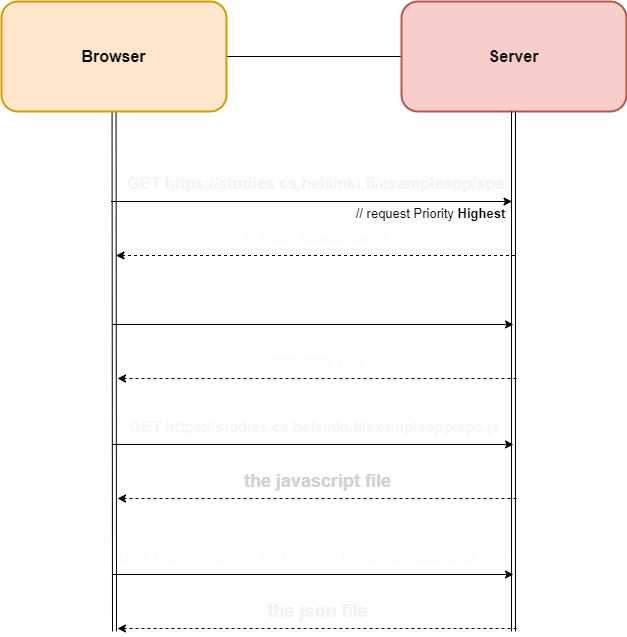
Earlier version of the draw.io export Part0/0.5.drawio.png (AHenrikes/Full-Stack). Source tidied: cells renumbered, new cells last; positions are measured from the earlier drawing's top-left corner, leaving out a move shared by most shapes.
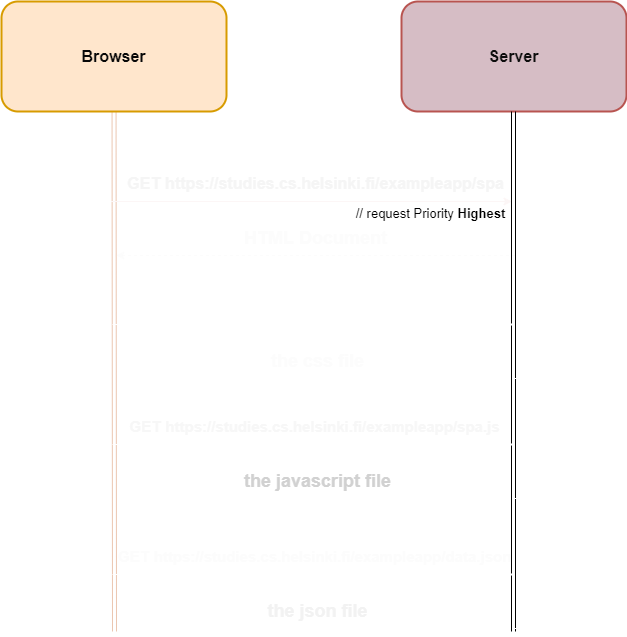
Later version of the same file.

What changed in the source:
```diff
@@ -2,12 +2,12 @@
   <root>
     <mxCell id="0" />
     <mxCell id="1" parent="0" />
-    <mxCell id="2" style="edgeStyle=none;html=1;fontSize=16;fontColor=#FFFFFF;" parent="1" edge="1" source="4">
+    <mxCell id="2" style="edgeStyle=none;html=1;fontSize=16;fontColor=#FFFFFF;strokeColor=#FFFFFF;" parent="1" edge="1" source="4">
       <mxGeometry relative="1" as="geometry">
         <mxPoint x="411" y="55" as="targetPoint" />
       </mxGeometry>
     </mxCell>
-    <mxCell id="3" style="edgeStyle=none;html=1;fontSize=16;fontColor=#FFFFFF;shape=link;" parent="1" edge="1" source="4">
+    <mxCell id="3" style="edgeStyle=none;html=1;fontSize=16;fontColor=#FFFFFF;shape=link;strokeColor=#ebc6b0;" parent="1" edge="1" source="4">
       <mxGeometry relative="1" as="geometry">
         <mxPoint x="113" y="630" as="targetPoint" />
       </mxGeometry>
@@ -15,7 +15,7 @@
     <mxCell id="4" value="&lt;font color=&quot;#080808&quot;&gt;Browser&lt;/font&gt;" style="rounded=1;whiteSpace=wrap;html=1;fontSize=16;strokeColor=#d79b00;fillColor=#ffe6cc;fontStyle=1;strokeWidth=2;labelBackgroundColor=none;" parent="1" vertex="1">
       <mxGeometry width="225" height="110" as="geometry" />
     </mxCell>
-    <mxCell id="5" value="&lt;font color=&quot;#0d0d0d&quot;&gt;Server&lt;/font&gt;" style="rounded=1;whiteSpace=wrap;html=1;fontSize=16;strokeColor=#b85450;fillColor=#f8cecc;fontStyle=1;strokeWidth=2;" parent="1" vertex="1">
+    <mxCell id="5" value="&lt;font color=&quot;#0d0d0d&quot;&gt;Server&lt;/font&gt;" style="rounded=1;whiteSpace=wrap;html=1;fontSize=16;strokeColor=#b85450;fillColor=#d6bdc5;fontStyle=1;strokeWidth=2;" parent="1" vertex="1">
       <mxGeometry x="400" width="225" height="110" as="geometry" />
     </mxCell>
     <mxCell id="6" style="edgeStyle=none;html=1;fontSize=16;fontColor=#FFFFFF;shape=link;" parent="1" edge="1">
@@ -24,7 +24,7 @@
         <mxPoint x="512" y="630" as="targetPoint" />
       </mxGeometry>
     </mxCell>
-    <mxCell id="7" style="edgeStyle=none;html=1;fontSize=16;fontColor=#FFFFFF;" parent="1" edge="1">
+    <mxCell id="7" style="edgeStyle=none;html=1;fontSize=16;fontColor=#FFFFFF;strokeColor=#FCF6F6;" parent="1" edge="1">
       <mxGeometry relative="1" as="geometry">
         <mxPoint x="109.5" y="200" as="sourcePoint" />
         <mxPoint x="510.5" y="200" as="targetPoint" />
@@ -33,7 +33,7 @@
     <mxCell id="8" value="&lt;table cellpadding=&quot;0&quot; cellspacing=&quot;0&quot; aria-activedescendant=&quot;/GET&quot; aria-label=&quot;&quot; tabindex=&quot;0&quot; role=&quot;tree&quot; class=&quot;treeTable&quot; style=&quot;font-size: 16px;&quot;&gt;&lt;tbody tabindex=&quot;-1&quot; role=&quot;presentation&quot; style=&quot;font-size: 16px;&quot;&gt;&lt;tr class=&quot;treeRow objectRow hasChildren&quot; aria-expanded=&quot;false&quot; aria-selected=&quot;false&quot; aria-level=&quot;1&quot; role=&quot;treeitem&quot; id=&quot;/GET&quot; style=&quot;font-size: 16px;&quot;&gt;&lt;td role=&quot;presentation&quot; style=&quot;--tree-label-cell-indent: 0px; font-size: 16px;&quot; class=&quot;treeLabelCell&quot;&gt;GET&amp;nbsp;&lt;/td&gt;&lt;td role=&quot;presentation&quot; class=&quot;treeValueCell objectCell&quot; style=&quot;font-size: 16px;&quot;&gt;https://studies.cs.helsinki.fi/exampleapp/spa&lt;/td&gt;&lt;/tr&gt;&lt;/tbody&gt;&lt;/table&gt;" style="text;html=1;align=center;verticalAlign=middle;strokeColor=none;fillColor=none;fontSize=16;fontColor=#F5F5F5;fontStyle=1;" parent="1" vertex="1">
       <mxGeometry x="114" y="167" width="400" height="30" as="geometry" />
     </mxCell>
-    <mxCell id="9" style="edgeStyle=none;html=1;fontSize=16;fontColor=#FFFFFF;dashed=1;" parent="1" edge="1">
+    <mxCell id="9" style="edgeStyle=none;html=1;fontSize=16;fontColor=#FFFFFF;dashed=1;strokeColor=#FCFCFC;" parent="1" edge="1">
       <mxGeometry relative="1" as="geometry">
         <mxPoint x="513.5" y="254" as="sourcePoint" />
         <mxPoint x="114.5" y="254" as="targetPoint" />
@@ -42,7 +42,7 @@
     <mxCell id="10" value="HTML Document" style="text;html=1;align=center;verticalAlign=middle;strokeColor=none;fillColor=none;fontSize=18;fontColor=#FCFCFC;fontStyle=1;" parent="1" vertex="1">
       <mxGeometry x="233" y="220" width="161" height="34" as="geometry" />
     </mxCell>
-    <mxCell id="11" style="edgeStyle=none;html=1;fontSize=16;fontColor=#FFFFFF;" parent="1" edge="1">
+    <mxCell id="11" style="edgeStyle=none;html=1;fontSize=16;fontColor=#FFFFFF;strokeColor=#FFFFFF;" parent="1" edge="1">
       <mxGeometry relative="1" as="geometry">
         <mxPoint x="111" y="323" as="sourcePoint" />
         <mxPoint x="512" y="323" as="targetPoint" />
@@ -51,7 +51,7 @@
     <mxCell id="12" value="&lt;table cellpadding=&quot;0&quot; cellspacing=&quot;0&quot; aria-activedescendant=&quot;/GET&quot; aria-label=&quot;&quot; tabindex=&quot;0&quot; role=&quot;tree&quot; class=&quot;treeTable&quot; style=&quot;font-size: 15px;&quot;&gt;&lt;tbody tabindex=&quot;-1&quot; role=&quot;presentation&quot; style=&quot;font-size: 15px;&quot;&gt;&lt;tr class=&quot;treeRow objectRow hasChildren&quot; aria-expanded=&quot;false&quot; aria-selected=&quot;false&quot; aria-level=&quot;1&quot; role=&quot;treeitem&quot; id=&quot;/GET&quot; style=&quot;font-size: 15px;&quot;&gt;&lt;td role=&quot;presentation&quot; style=&quot;--tree-label-cell-indent: 0px; font-size: 15px;&quot; class=&quot;treeLabelCell&quot;&gt;GET&amp;nbsp;&lt;/td&gt;&lt;td role=&quot;presentation&quot; class=&quot;treeValueCell objectCell&quot; style=&quot;font-size: 15px;&quot;&gt;https://studies.cs.helsinki.fi/exampleapp/main.css&lt;/td&gt;&lt;/tr&gt;&lt;/tbody&gt;&lt;/table&gt;" style="text;html=1;align=center;verticalAlign=middle;strokeColor=none;fillColor=none;fontSize=15;fontColor=#FFFFFF;fontStyle=1;" parent="1" vertex="1">
       <mxGeometry x="108" y="290" width="410" height="30" as="geometry" />
     </mxCell>
-    <mxCell id="13" style="edgeStyle=none;html=1;fontSize=16;fontColor=#FFFFFF;dashed=1;" parent="1" edge="1">
+    <mxCell id="13" style="edgeStyle=none;html=1;fontSize=16;fontColor=#FFFFFF;dashed=1;strokeColor=#FFFFFF;" parent="1" edge="1">
       <mxGeometry relative="1" as="geometry">
         <mxPoint x="515" y="377" as="sourcePoint" />
         <mxPoint x="116" y="377" as="targetPoint" />
@@ -60,7 +60,7 @@
     <mxCell id="14" value="the css file" style="text;html=1;align=center;verticalAlign=middle;strokeColor=none;fillColor=none;fontSize=18;fontColor=#FCFCFC;fontStyle=1;" parent="1" vertex="1">
       <mxGeometry x="255.5" y="340" width="120" height="40" as="geometry" />
     </mxCell>
-    <mxCell id="15" style="edgeStyle=none;html=1;fontSize=16;fontColor=#FFFFFF;" parent="1" edge="1">
+    <mxCell id="15" style="edgeStyle=none;html=1;fontSize=16;fontColor=#FFFFFF;strokeColor=#FFFFFF;" parent="1" edge="1">
       <mxGeometry relative="1" as="geometry">
         <mxPoint x="111" y="443" as="sourcePoint" />
         <mxPoint x="512" y="443" as="targetPoint" />
@@ -69,7 +69,7 @@
     <mxCell id="16" value="&lt;table cellpadding=&quot;0&quot; cellspacing=&quot;0&quot; aria-activedescendant=&quot;/GET&quot; aria-label=&quot;&quot; tabindex=&quot;0&quot; role=&quot;tree&quot; class=&quot;treeTable&quot; style=&quot;font-size: 15px;&quot;&gt;&lt;tbody tabindex=&quot;-1&quot; role=&quot;presentation&quot; style=&quot;font-size: 15px;&quot;&gt;&lt;tr class=&quot;treeRow objectRow hasChildren&quot; aria-expanded=&quot;false&quot; aria-selected=&quot;false&quot; aria-level=&quot;1&quot; role=&quot;treeitem&quot; id=&quot;/GET&quot; style=&quot;font-size: 15px;&quot;&gt;&lt;td role=&quot;presentation&quot; style=&quot;--tree-label-cell-indent: 0px; font-size: 15px;&quot; class=&quot;treeLabelCell&quot;&gt;GET&amp;nbsp;&lt;/td&gt;&lt;td role=&quot;presentation&quot; class=&quot;treeValueCell objectCell&quot; style=&quot;font-size: 15px;&quot;&gt;https://studies.cs.helsinki.fi/exampleapp/spa.js&lt;/td&gt;&lt;/tr&gt;&lt;/tbody&gt;&lt;/table&gt;" style="text;html=1;align=center;verticalAlign=middle;strokeColor=none;fillColor=none;fontSize=15;fontColor=#F7F7F7;fontStyle=1;" parent="1" vertex="1">
       <mxGeometry x="118" y="410" width="390" height="30" as="geometry" />
     </mxCell>
-    <mxCell id="17" style="edgeStyle=none;html=1;fontSize=16;fontColor=#FFFFFF;dashed=1;" parent="1" edge="1">
+    <mxCell id="17" style="edgeStyle=none;html=1;fontSize=16;fontColor=#FFFFFF;dashed=1;strokeColor=#FFFFFF;" parent="1" edge="1">
       <mxGeometry relative="1" as="geometry">
         <mxPoint x="515" y="497" as="sourcePoint" />
         <mxPoint x="116" y="497" as="targetPoint" />
@@ -78,7 +78,7 @@
     <mxCell id="18" value="the javascript file" style="text;html=1;align=center;verticalAlign=middle;strokeColor=none;fillColor=none;fontSize=18;fontColor=#D1D1D1;fontStyle=1;" parent="1" vertex="1">
       <mxGeometry x="230.5" y="460" width="170" height="40" as="geometry" />
     </mxCell>
-    <mxCell id="19" style="edgeStyle=none;html=1;fontSize=16;fontColor=#FFFFFF;" parent="1" edge="1">
+    <mxCell id="19" style="edgeStyle=none;html=1;fontSize=16;fontColor=#FFFFFF;strokeColor=#FFFFFF;" parent="1" edge="1">
       <mxGeometry relative="1" as="geometry">
         <mxPoint x="111" y="573" as="sourcePoint" />
         <mxPoint x="512" y="573" as="targetPoint" />
@@ -87,7 +87,7 @@
     <mxCell id="20" value="&lt;table cellpadding=&quot;0&quot; cellspacing=&quot;0&quot; aria-activedescendant=&quot;/GET&quot; aria-label=&quot;&quot; tabindex=&quot;0&quot; role=&quot;tree&quot; class=&quot;treeTable&quot; style=&quot;font-size: 15px;&quot;&gt;&lt;tbody tabindex=&quot;-1&quot; role=&quot;presentation&quot; style=&quot;font-size: 15px;&quot;&gt;&lt;tr class=&quot;treeRow objectRow hasChildren&quot; aria-expanded=&quot;false&quot; aria-selected=&quot;false&quot; aria-level=&quot;1&quot; role=&quot;treeitem&quot; id=&quot;/GET&quot; style=&quot;font-size: 15px;&quot;&gt;&lt;td role=&quot;presentation&quot; style=&quot;--tree-label-cell-indent: 0px; font-size: 15px;&quot; class=&quot;treeLabelCell&quot;&gt;GET&amp;nbsp;&lt;/td&gt;&lt;td role=&quot;presentation&quot; class=&quot;treeValueCell objectCell&quot; style=&quot;font-size: 15px;&quot;&gt;https://studies.cs.helsinki.fi/exampleapp/data.json&lt;/td&gt;&lt;/tr&gt;&lt;/tbody&gt;&lt;/table&gt;" style="text;html=1;align=center;verticalAlign=middle;strokeColor=none;fillColor=none;fontSize=15;fontColor=#FCFCFC;fontStyle=1;" parent="1" vertex="1">
       <mxGeometry x="103" y="540" width="420" height="30" as="geometry" />
     </mxCell>
-    <mxCell id="21" style="edgeStyle=none;html=1;fontSize=16;fontColor=#FFFFFF;dashed=1;" parent="1" edge="1">
+    <mxCell id="21" style="edgeStyle=none;html=1;fontSize=16;fontColor=#FFFFFF;dashed=1;strokeColor=#FFFFFF;" parent="1" edge="1">
       <mxGeometry relative="1" as="geometry">
         <mxPoint x="515" y="627" as="sourcePoint" />
         <mxPoint x="116" y="627" as="targetPoint" />
```
